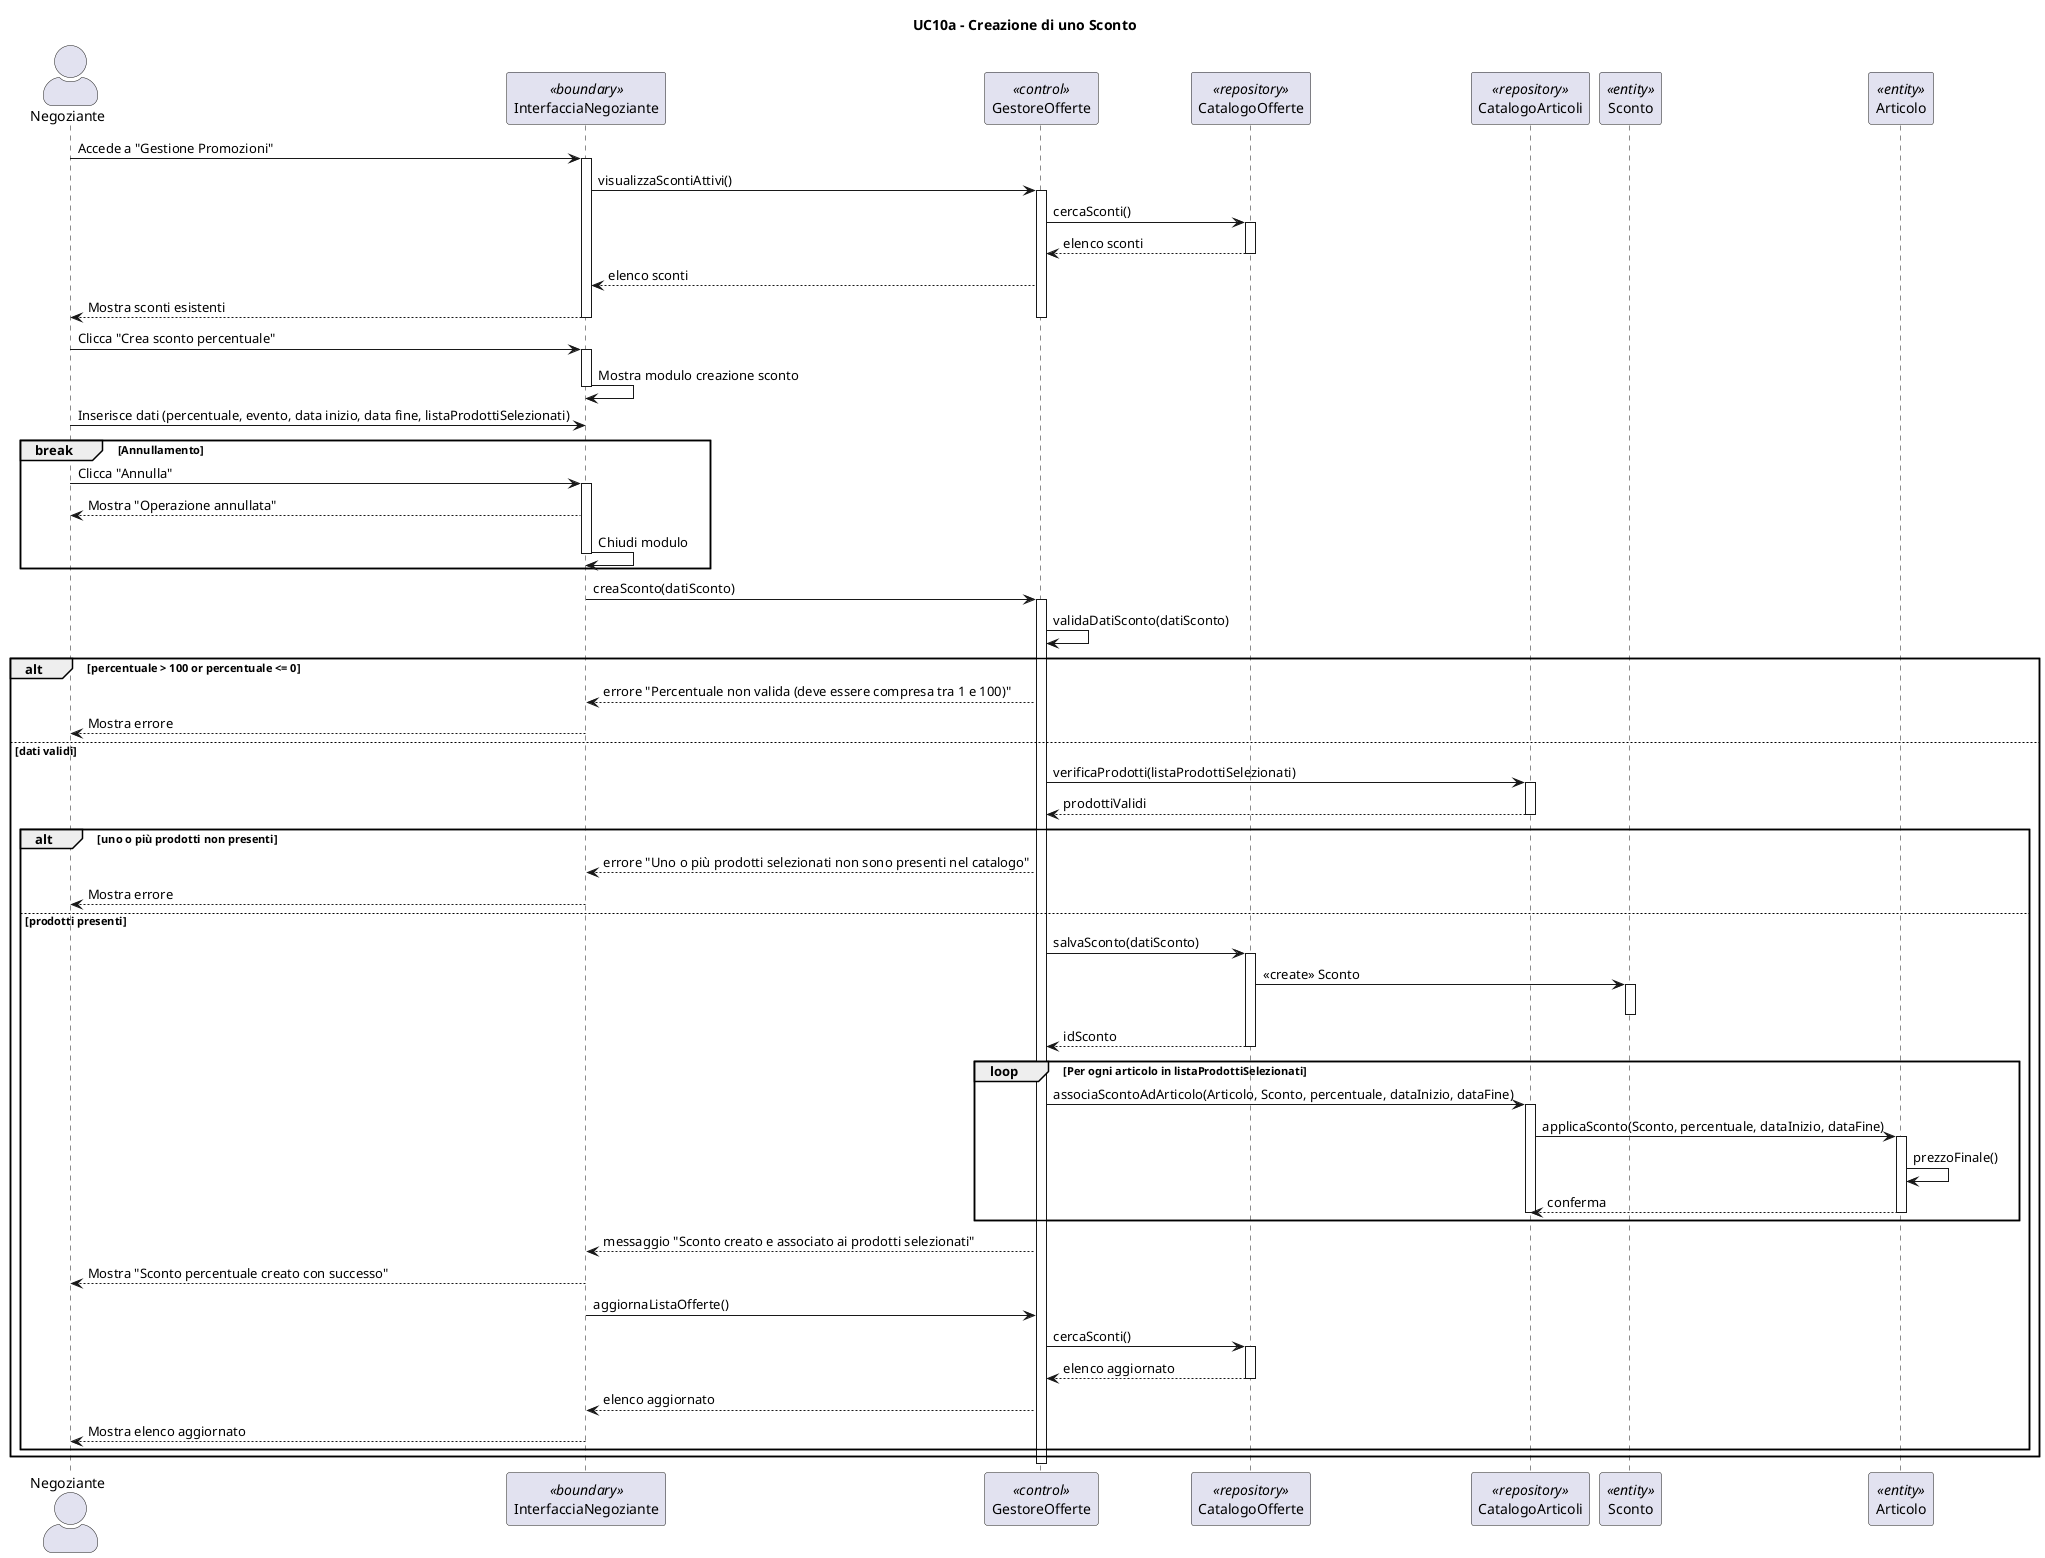
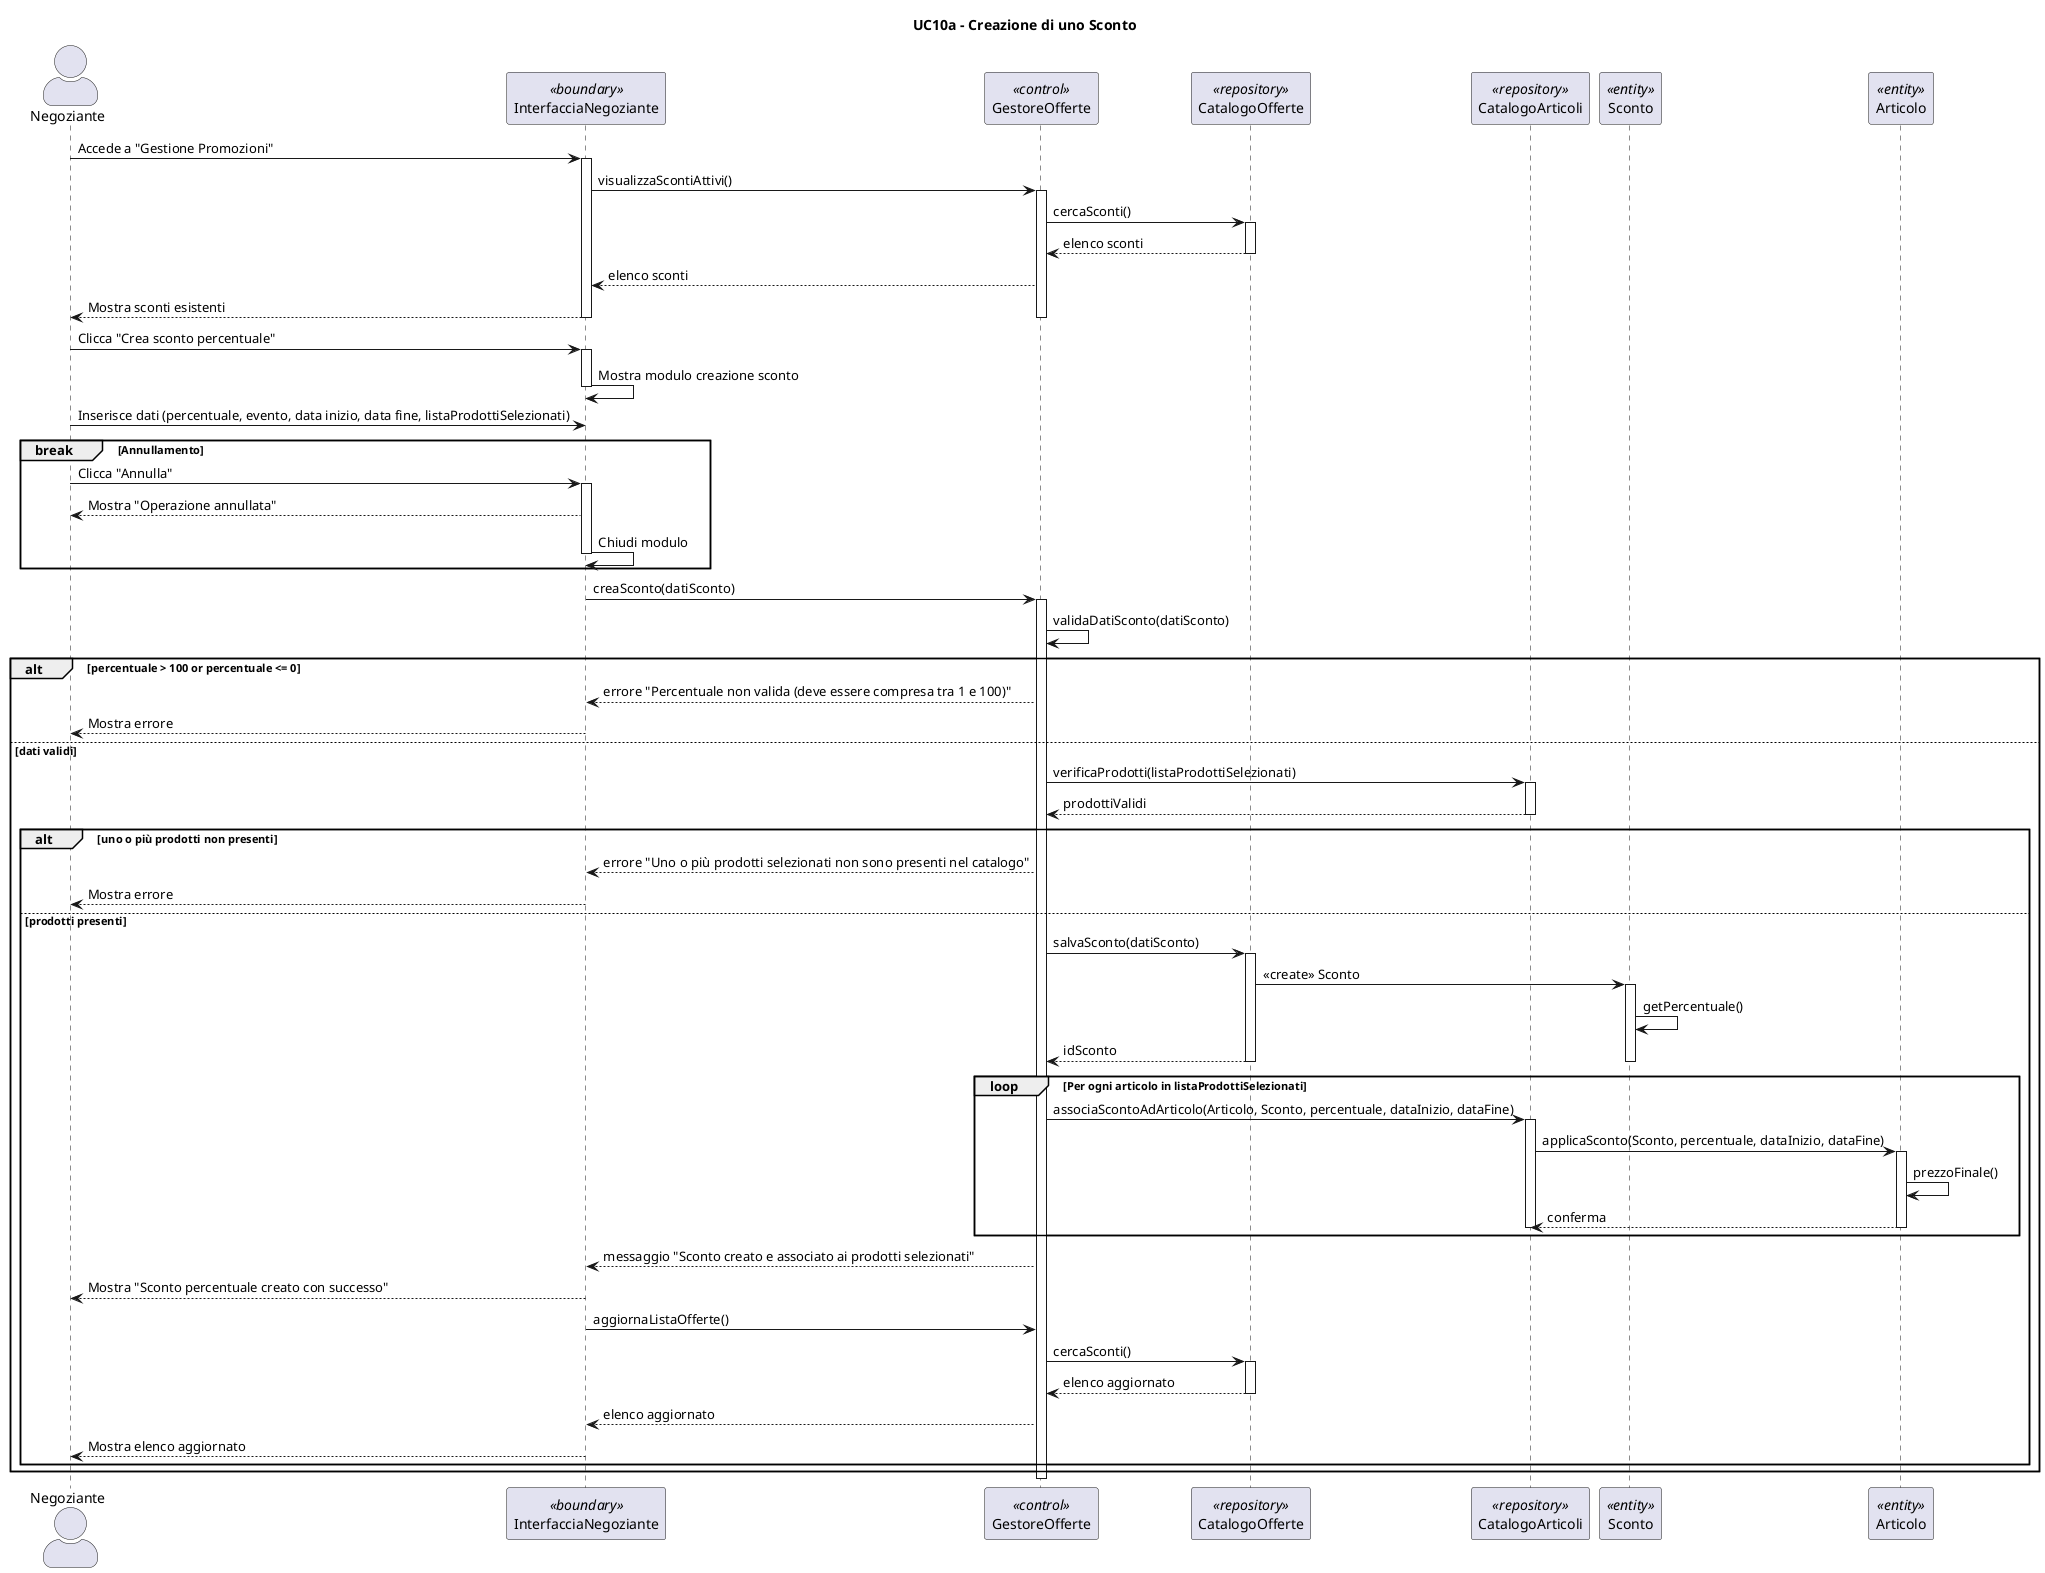
@startuml
title UC10a - Creazione di uno Sconto
skinparam actorStyle awesome

actor Negoziante as N
participant "InterfacciaNegoziante" as IN <<boundary>>
participant "GestoreOfferte" as G <<control>>
participant "CatalogoOfferte" as CS <<repository>>
participant "CatalogoArticoli" as CA <<repository>>
participant "Sconto" as Sconto <<entity>>
participant "Articolo" as Articolo <<entity>>

N -> IN: Accede a "Gestione Promozioni"
activate IN
IN -> G: visualizzaScontiAttivi()
activate G
G -> CS: cercaSconti()
activate CS
CS --> G: elenco sconti
deactivate CS
G --> IN: elenco sconti
IN --> N: Mostra sconti esistenti
deactivate G
deactivate IN

N -> IN: Clicca "Crea sconto percentuale"
activate IN
IN -> IN: Mostra modulo creazione sconto
deactivate IN
N -> IN: Inserisce dati (percentuale, evento, data inizio, data fine, listaProdottiSelezionati)

break Annullamento
    N -> IN: Clicca "Annulla"
    activate IN
    IN --> N: Mostra "Operazione annullata"
    IN -> IN: Chiudi modulo
    deactivate IN
end

activate IN
IN -> G: creaSconto(datiSconto)
activate G
G -> G: validaDatiSconto(datiSconto)

alt percentuale > 100 or percentuale <= 0
    G --> IN: errore "Percentuale non valida (deve essere compresa tra 1 e 100)"
    IN --> N: Mostra errore

else dati validi
    G -> CA: verificaProdotti(listaProdottiSelezionati)
    activate CA
    CA --> G: prodottiValidi
    deactivate CA

    alt uno o più prodotti non presenti
        G --> IN: errore "Uno o più prodotti selezionati non sono presenti nel catalogo"
        IN --> N: Mostra errore

    else prodotti presenti
        G -> CS: salvaSconto(datiSconto)
        activate CS
        CS -> Sconto: <<create>> Sconto
        activate Sconto
+         Sconto -> Sconto : getPercentuale()
+         CS --> G: idSconto
        deactivate Sconto
-         CS --> G: idSconto
        deactivate CS
+ 

        loop Per ogni articolo in listaProdottiSelezionati
            G -> CA: associaScontoAdArticolo(Articolo, Sconto, percentuale, dataInizio, dataFine)
            activate CA
            CA -> Articolo: applicaSconto(Sconto, percentuale, dataInizio, dataFine)
            activate Articolo
            Articolo -> Articolo: prezzoFinale()
            Articolo --> CA: conferma
            deactivate Articolo
            deactivate CA
        end

        G --> IN: messaggio "Sconto creato e associato ai prodotti selezionati"
        IN --> N: Mostra "Sconto percentuale creato con successo"

        IN -> G: aggiornaListaOfferte()
        G -> CS: cercaSconti()
        activate CS
        CS --> G: elenco aggiornato
        deactivate CS
        G --> IN: elenco aggiornato
        IN --> N: Mostra elenco aggiornato
    end
end

deactivate G
deactivate IN
@enduml